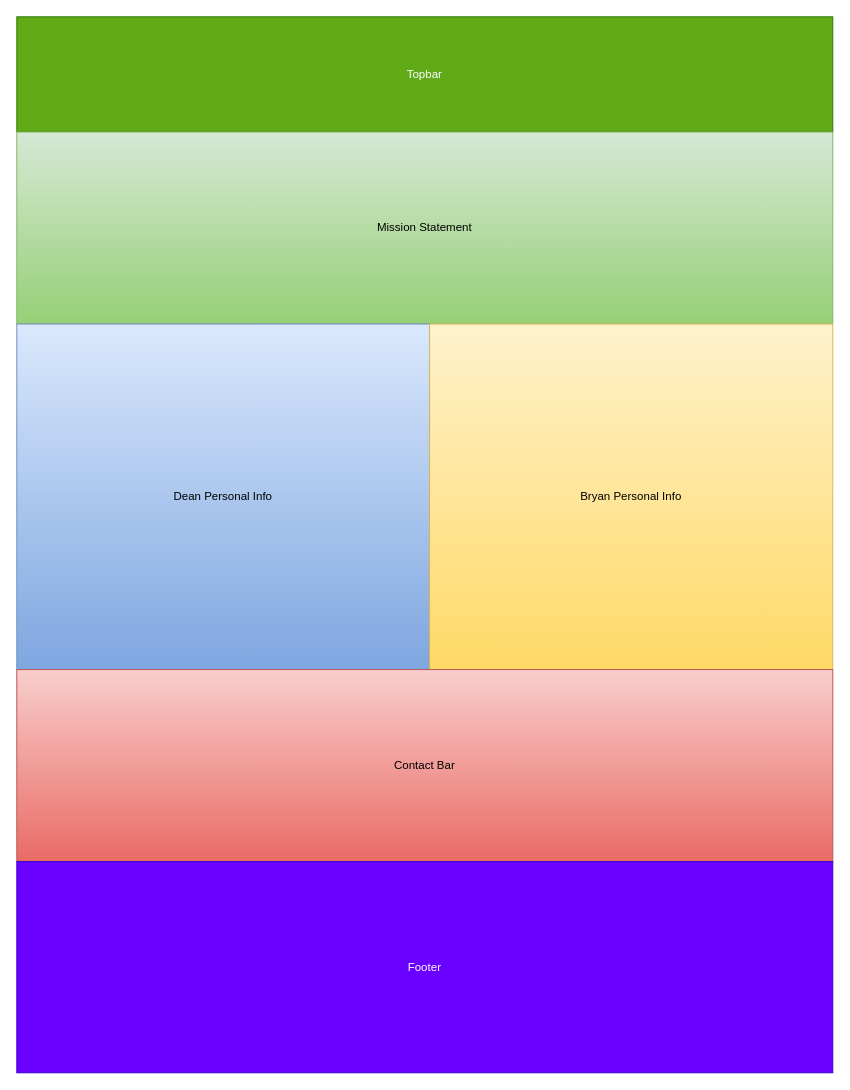
The draw.io diagram page "About" (4 of 4) of Frontend/src/Wireframes/WebsiteStructure/Structure.drawio in DeanWilcoxson/BusinessWebsite, before the edit. Source tidied: cells renumbered, new cells numbered last; positions are measured from the earlier drawing's top-left corner, leaving out a move shared by most shapes. Both pictures are drawn from the tidied source at 96%, with x=0, y=0 at pixel (16, 16).
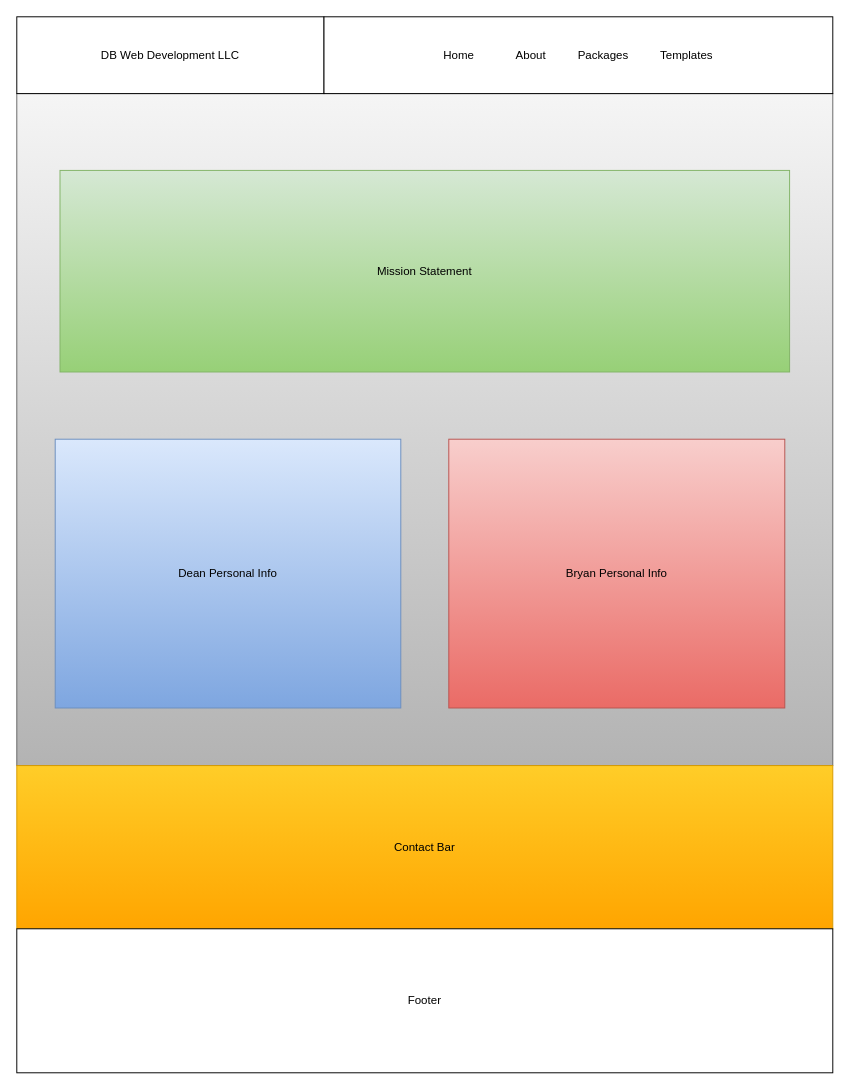
The same page after the edit.

The edit, as a diff of the source:
```diff
@@
 <mxGraphModel>
   <root>
     <mxCell id="0" />
     <mxCell id="1" parent="0" />
+    <mxCell id="8" style="rounded=0;whiteSpace=wrap;html=1;fillColor=#f5f5f5;gradientColor=#b3b3b3;strokeColor=#666666;" parent="1" vertex="1">
+      <mxGeometry y="80" width="850" height="700" as="geometry" />
+    </mxCell>
-    <mxCell id="2" value="Topbar" style="rounded=0;whiteSpace=wrap;html=1;fillColor=#60a917;fontColor=#ffffff;strokeColor=#2D7600;" parent="1" vertex="1">
-      <mxGeometry width="850" height="120" as="geometry" />
+    <mxCell id="2" value="DB Web Development LLC" style="rounded=0;whiteSpace=wrap;html=1;" parent="1" vertex="1">
+      <mxGeometry width="320" height="80" as="geometry" />
     </mxCell>
-    <mxCell id="3" value="Mission Statement" style="rounded=0;whiteSpace=wrap;html=1;fillColor=#d5e8d4;gradientColor=#97d077;strokeColor=#82b366;" parent="1" vertex="1">
-      <mxGeometry y="120" width="850" height="200" as="geometry" />
+    <mxCell id="3" value="Mission Statement" style="rounded=0;whiteSpace=wrap;html=1;fillColor=#d5e8d4;gradientColor=#97d077;strokeColor=#82b366;fontColor=#000000;" parent="1" vertex="1">
+      <mxGeometry x="45" y="160" width="760" height="210" as="geometry" />
     </mxCell>
-    <mxCell id="4" value="Dean Personal Info" style="rounded=0;whiteSpace=wrap;html=1;fillColor=#dae8fc;gradientColor=#7ea6e0;strokeColor=#6c8ebf;" parent="1" vertex="1">
-      <mxGeometry y="320" width="430" height="360" as="geometry" />
+    <mxCell id="4" value="Dean Personal Info" style="rounded=0;whiteSpace=wrap;html=1;fillColor=#dae8fc;gradientColor=#7ea6e0;strokeColor=#6c8ebf;fontColor=#000000;" parent="1" vertex="1">
+      <mxGeometry x="40" y="440" width="360" height="280" as="geometry" />
     </mxCell>
-    <mxCell id="5" value="Bryan Personal Info" style="rounded=0;whiteSpace=wrap;html=1;fillColor=#fff2cc;gradientColor=#ffd966;strokeColor=#d6b656;" parent="1" vertex="1">
-      <mxGeometry x="430" y="320" width="420" height="360" as="geometry" />
+    <mxCell id="5" value="Bryan Personal Info" style="rounded=0;whiteSpace=wrap;html=1;fillColor=#f8cecc;gradientColor=#ea6b66;strokeColor=#b85450;fontColor=#000000;" parent="1" vertex="1">
+      <mxGeometry x="450" y="440" width="350" height="280" as="geometry" />
     </mxCell>
-    <mxCell id="6" value="Contact Bar" style="rounded=0;whiteSpace=wrap;html=1;fillColor=#f8cecc;gradientColor=#ea6b66;strokeColor=#b85450;" parent="1" vertex="1">
-      <mxGeometry y="680" width="850" height="200" as="geometry" />
+    <mxCell id="6" value="Contact Bar" style="rounded=0;whiteSpace=wrap;html=1;fillColor=#ffcd28;gradientColor=#ffa500;strokeColor=#d79b00;fontColor=#000000;" parent="1" vertex="1">
+      <mxGeometry y="780" width="850" height="170" as="geometry" />
     </mxCell>
-    <mxCell id="7" value="Footer" style="rounded=0;whiteSpace=wrap;html=1;fillColor=#6a00ff;fontColor=#ffffff;strokeColor=#3700CC;" parent="1" vertex="1">
-      <mxGeometry y="880" width="850" height="220" as="geometry" />
+    <mxCell id="7" value="Footer" style="rounded=0;whiteSpace=wrap;html=1;" parent="1" vertex="1">
+      <mxGeometry y="950" width="850" height="150" as="geometry" />
     </mxCell>
+    <mxCell id="9" value="&lt;span&gt;Home&amp;nbsp; &amp;nbsp; &amp;nbsp; &amp;nbsp; &amp;nbsp; &amp;nbsp; &amp;nbsp;About&amp;nbsp; &amp;nbsp; &amp;nbsp; &amp;nbsp; &amp;nbsp; Packages&amp;nbsp; &amp;nbsp; &amp;nbsp; &amp;nbsp; &amp;nbsp; Templates&lt;/span&gt;" style="rounded=0;whiteSpace=wrap;html=1;" parent="1" vertex="1">
+      <mxGeometry x="320" width="530" height="80" as="geometry" />
+    </mxCell>
   </root>
 </mxGraphModel>
```
